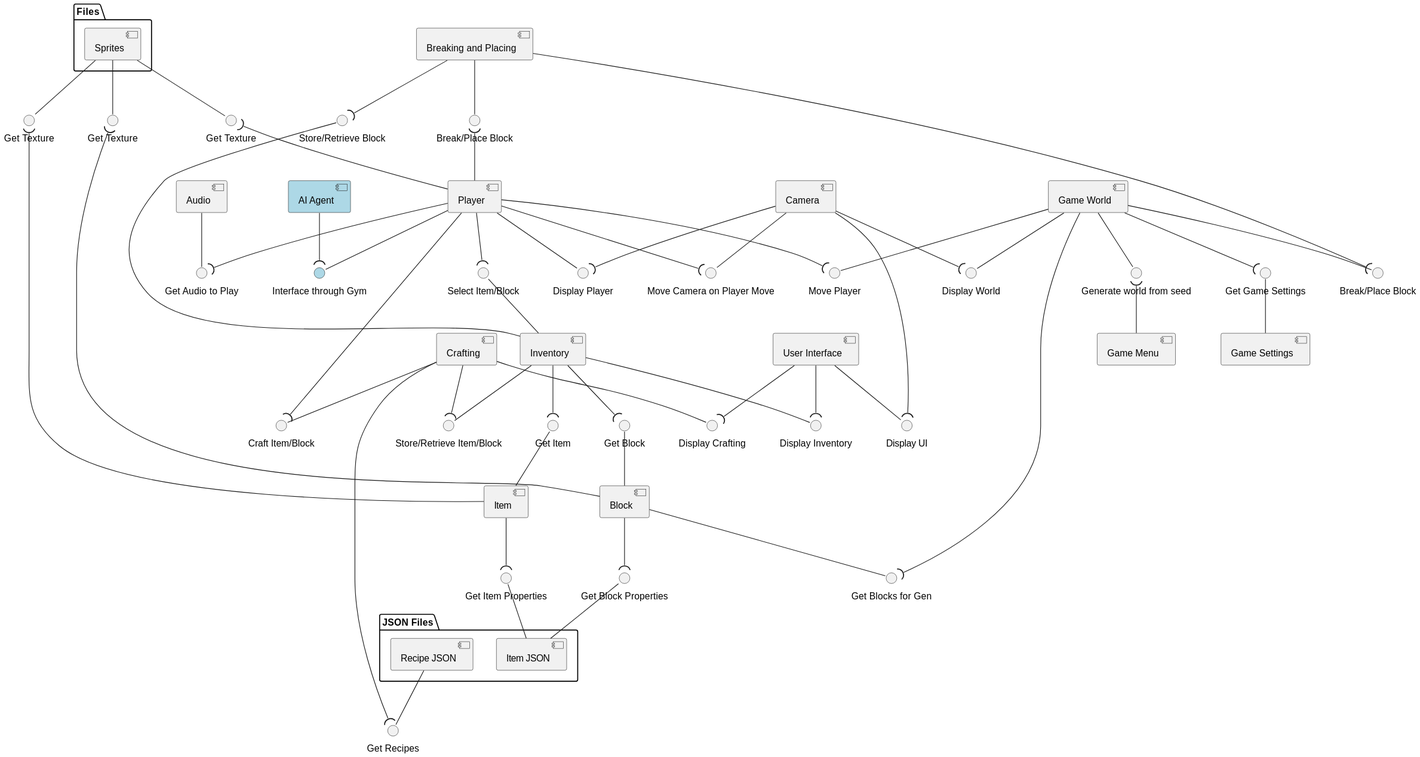
This is Diagrams/component/ComponentDiagram.svg from 2333263/ScrumDogMillionaires, a PlantUML export, as it was before one commit.
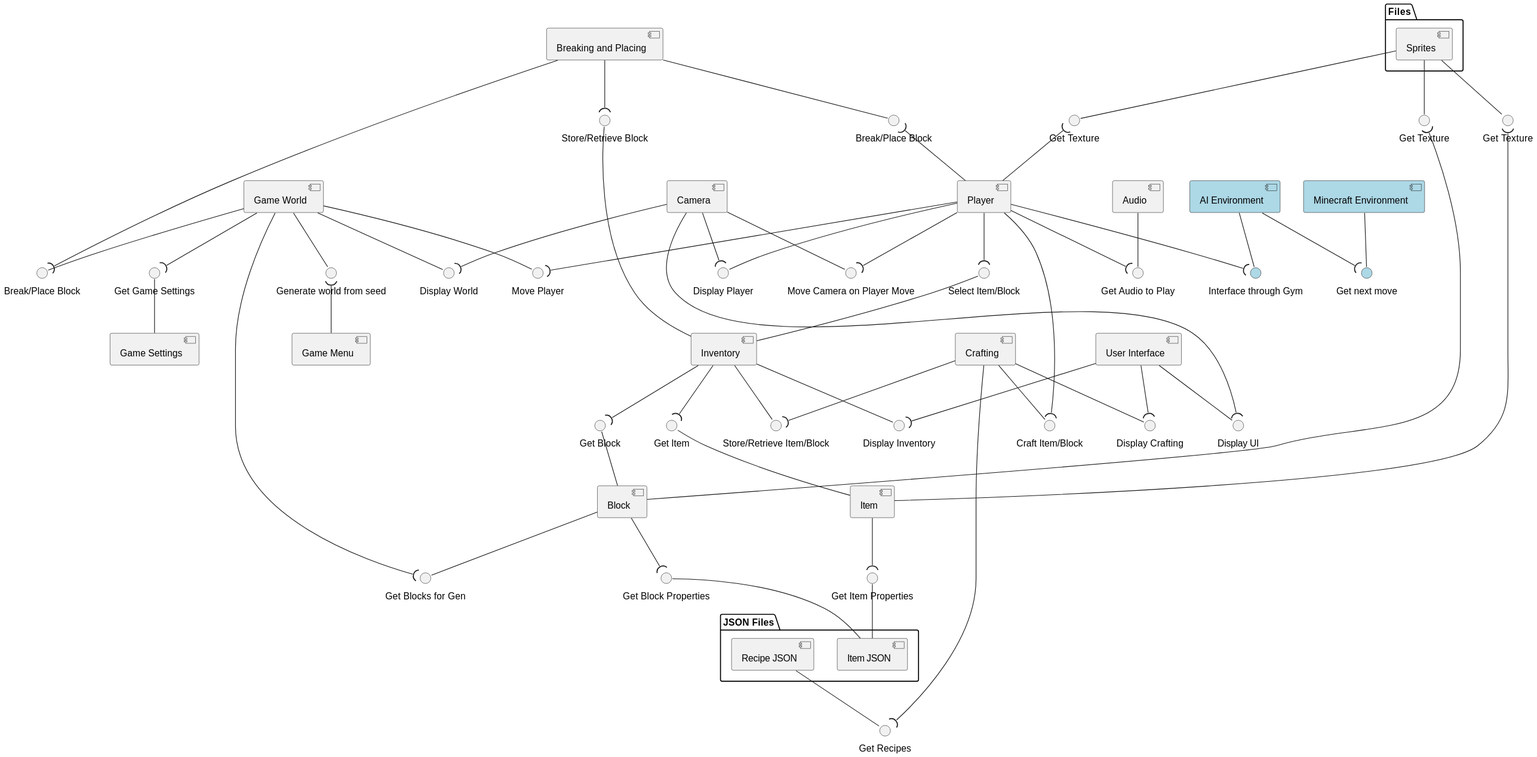
The same file after the commit.

Diff of the diagram source:
```diff
@@ -12,7 +12,8 @@
 [User Interface]
 [Game Menu]
 [Audio]
-[AI Agent] #ADD8E6
+[AI Environment] #ADD8E6
+[Minecraft Environment] #ADD8E6
 
 folder "Files"{
     [Sprites]
@@ -120,8 +121,12 @@
 [Player] --( playAudio
 
 () "Interface through Gym" as AgentInterface #ADD8E6
-[AI Agent] --( AgentInterface
-[Player] -- AgentInterface
+[AI Environment] -- AgentInterface
+[Player] --( AgentInterface
+
+() "Get next move" as nextAIMove #ADD8E6
+[AI Environment] --( nextAIMove
+[Minecraft Environment] -- nextAIMove
 
 
 @enduml
```
